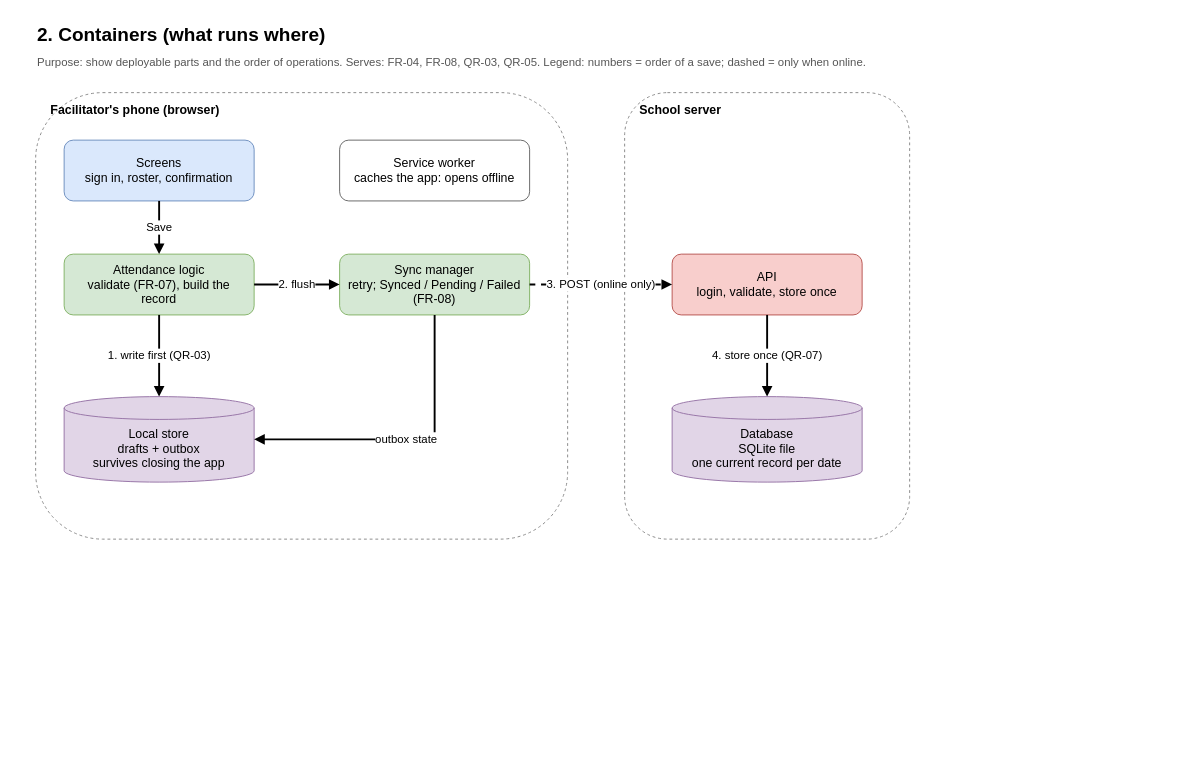
This is page "2 Containers" (2 of 8) of docs/architecture/STEMMate_A4_Architecture.drawio from Wxanted/STEMMATE_Assignment_4, a draw.io file, before an edit. Source tidied: cells renumbered, new cells numbered last; positions are measured from the earlier drawing's top-left corner, leaving out a move shared by most shapes. Both pictures are drawn from the tidied source at 95%, with x=0, y=0 at pixel (35, 16).
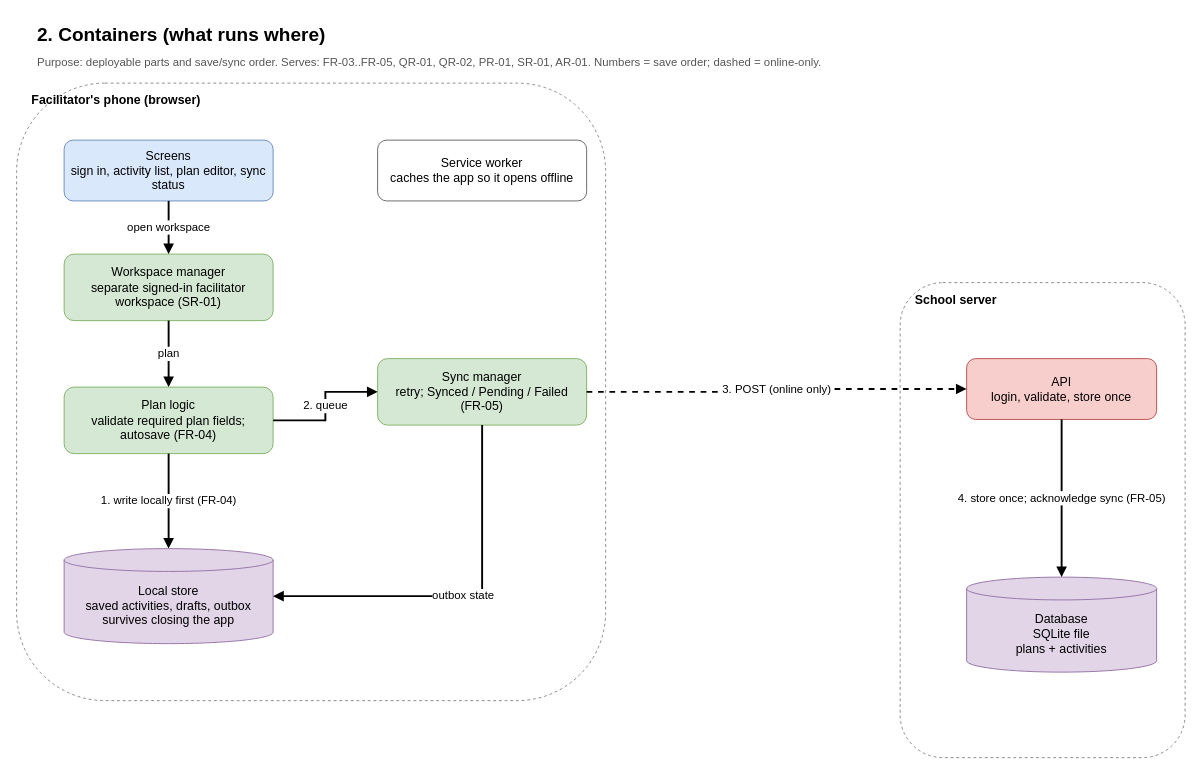
The same page after the edit.

The edit, as a diff of the source:
```diff
@@
-    <mxCell id="3" value="Purpose: show deployable parts and the order of operations.   Serves: FR-04, FR-08, QR-03, QR-05.   Legend: numbers = order of a save; dashed = only when online." style="text;html=1;fontSize=12;align=left;verticalAlign=top;whiteSpace=wrap;fontColor=#555555;" parent="1" vertex="1">
+    <mxCell id="3" value="Purpose: deployable parts and save/sync order. Serves: FR-03..FR-05, QR-01, QR-02, PR-01, SR-01, AR-01. Numbers = save order; dashed = online-only." style="text;html=1;fontSize=12;align=left;verticalAlign=top;whiteSpace=wrap;fontColor=#555555;" parent="1" vertex="1">
       <mxGeometry y="34" width="900" height="24" as="geometry" />
     </mxCell>
     <mxCell id="4" value="Facilitator's phone (browser)" style="rounded=1;fillColor=none;strokeColor=#888888;dashed=1;verticalAlign=top;align=left;fontStyle=1;spacingLeft=10;whiteSpace=wrap;html=1;fontSize=13;spacing=6;" parent="1" vertex="1">
-      <mxGeometry y="80" width="560" height="470" as="geometry" />
+      <mxGeometry x="-20" y="70" width="620" height="650" as="geometry" />
     </mxCell>
     <mxCell id="5" value="School server" style="rounded=1;fillColor=none;strokeColor=#888888;dashed=1;verticalAlign=top;align=left;fontStyle=1;spacingLeft=10;whiteSpace=wrap;html=1;fontSize=13;spacing=6;" parent="1" vertex="1">
-      <mxGeometry x="620" y="80" width="300" height="470" as="geometry" />
+      <mxGeometry x="910" y="280" width="300" height="500" as="geometry" />
     </mxCell>
-    <mxCell id="6" value="Screens&#10;sign in, roster, confirmation" style="rounded=1;fillColor=#dae8fc;strokeColor=#6c8ebf;whiteSpace=wrap;html=1;fontSize=13;spacing=6;" parent="1" vertex="1">
-      <mxGeometry x="30" y="130" width="200" height="64" as="geometry" />
+    <mxCell id="6" value="Screens&#10;sign in, activity list, plan editor, sync status" style="rounded=1;fillColor=#dae8fc;strokeColor=#6c8ebf;whiteSpace=wrap;html=1;fontSize=13;spacing=6;" parent="1" vertex="1">
+      <mxGeometry x="30" y="130" width="220" height="64" as="geometry" />
     </mxCell>
-    <mxCell id="7" value="Service worker&#10;caches the app: opens offline" style="rounded=1;fillColor=#ffffff;strokeColor=#666666;whiteSpace=wrap;html=1;fontSize=13;spacing=6;" parent="1" vertex="1">
-      <mxGeometry x="320" y="130" width="200" height="64" as="geometry" />
+    <mxCell id="7" value="Service worker&#10;caches the app so it opens offline" style="rounded=1;fillColor=#ffffff;strokeColor=#666666;whiteSpace=wrap;html=1;fontSize=13;spacing=6;" parent="1" vertex="1">
+      <mxGeometry x="360" y="130" width="220" height="64" as="geometry" />
     </mxCell>
-    <mxCell id="8" value="Attendance logic&#10;validate (FR-07), build the record" style="rounded=1;fillColor=#d5e8d4;strokeColor=#82b366;whiteSpace=wrap;html=1;fontSize=13;spacing=6;" parent="1" vertex="1">
-      <mxGeometry x="30" y="250" width="200" height="64" as="geometry" />
-    </mxCell>
+    <mxCell id="19" value="Workspace manager&#10;separate signed-in facilitator workspace (SR-01)" style="rounded=1;fillColor=#d5e8d4;strokeColor=#82b366;whiteSpace=wrap;html=1;fontSize=13;spacing=6;" parent="1" vertex="1">
+      <mxGeometry x="30" y="250" width="220" height="70" as="geometry" />
+    </mxCell>
+    <mxCell id="20" value="Plan logic&#10;validate required plan fields; autosave (FR-04)" style="rounded=1;fillColor=#d5e8d4;strokeColor=#82b366;whiteSpace=wrap;html=1;fontSize=13;spacing=6;" parent="1" vertex="1">
+      <mxGeometry x="30" y="390" width="220" height="70" as="geometry" />
+    </mxCell>
-    <mxCell id="9" value="Sync manager&#10;retry; Synced / Pending / Failed (FR-08)" style="rounded=1;fillColor=#d5e8d4;strokeColor=#82b366;whiteSpace=wrap;html=1;fontSize=13;spacing=6;" parent="1" vertex="1">
-      <mxGeometry x="320" y="250" width="200" height="64" as="geometry" />
+    <mxCell id="9" value="Sync manager&#10;retry; Synced / Pending / Failed (FR-05)" style="rounded=1;fillColor=#d5e8d4;strokeColor=#82b366;whiteSpace=wrap;html=1;fontSize=13;spacing=6;" parent="1" vertex="1">
+      <mxGeometry x="360" y="360" width="220" height="70" as="geometry" />
     </mxCell>
-    <mxCell id="10" value="Local store&#10;drafts + outbox&#10;survives closing the app" style="shape=cylinder3;boundedLbl=1;backgroundOutline=1;size=12;fillColor=#e1d5e7;strokeColor=#9673a6;whiteSpace=wrap;html=1;fontSize=13;spacing=6;" parent="1" vertex="1">
-      <mxGeometry x="30" y="400" width="200" height="90" as="geometry" />
+    <mxCell id="10" value="Local store&#10;saved activities, drafts, outbox&#10;survives closing the app" style="shape=cylinder3;boundedLbl=1;backgroundOutline=1;size=12;fillColor=#e1d5e7;strokeColor=#9673a6;whiteSpace=wrap;html=1;fontSize=13;spacing=6;" parent="1" vertex="1">
+      <mxGeometry x="30" y="560" width="220" height="100" as="geometry" />
     </mxCell>
     <mxCell id="11" value="API&#10;login, validate, store once" style="rounded=1;fillColor=#f8cecc;strokeColor=#b85450;whiteSpace=wrap;html=1;fontSize=13;spacing=6;" parent="1" vertex="1">
-      <mxGeometry x="670" y="250" width="200" height="64" as="geometry" />
+      <mxGeometry x="980" y="360" width="200" height="64" as="geometry" />
     </mxCell>
-    <mxCell id="12" value="Database&#10;SQLite file&#10;one current record per date" style="shape=cylinder3;boundedLbl=1;backgroundOutline=1;size=12;fillColor=#e1d5e7;strokeColor=#9673a6;whiteSpace=wrap;html=1;fontSize=13;spacing=6;" parent="1" vertex="1">
-      <mxGeometry x="670" y="400" width="200" height="90" as="geometry" />
+    <mxCell id="12" value="Database&#10;SQLite file&#10;plans + activities" style="shape=cylinder3;boundedLbl=1;backgroundOutline=1;size=12;fillColor=#e1d5e7;strokeColor=#9673a6;whiteSpace=wrap;html=1;fontSize=13;spacing=6;" parent="1" vertex="1">
+      <mxGeometry x="980" y="590" width="200" height="100" as="geometry" />
     </mxCell>
-    <mxCell id="13" value="Save" style="edgeStyle=orthogonalEdgeStyle;rounded=0;html=1;endArrow=block;endFill=1;strokeWidth=2;fontSize=12;labelBackgroundColor=#ffffff;" parent="1" edge="1" source="6" target="8">
+    <mxCell id="13" value="open workspace" style="edgeStyle=orthogonalEdgeStyle;rounded=0;html=1;endArrow=block;endFill=1;strokeWidth=2;fontSize=12;labelBackgroundColor=#ffffff;" parent="1" edge="1" source="6" target="19">
       <mxGeometry relative="1" as="geometry" />
     </mxCell>
-    <mxCell id="14" value="1. write first (QR-03)" style="edgeStyle=orthogonalEdgeStyle;rounded=0;html=1;endArrow=block;endFill=1;strokeWidth=2;fontSize=12;labelBackgroundColor=#ffffff;" parent="1" edge="1" source="8" target="10">
+    <mxCell id="14" value="plan" style="edgeStyle=orthogonalEdgeStyle;rounded=0;html=1;endArrow=block;endFill=1;strokeWidth=2;fontSize=12;labelBackgroundColor=#ffffff;" parent="1" edge="1" source="19" target="20">
       <mxGeometry relative="1" as="geometry" />
     </mxCell>
-    <mxCell id="15" value="2. flush" style="edgeStyle=orthogonalEdgeStyle;rounded=0;html=1;endArrow=block;endFill=1;strokeWidth=2;fontSize=12;labelBackgroundColor=#ffffff;" parent="1" edge="1" source="8" target="9">
+    <mxCell id="15" value="1. write locally first (FR-04)" style="edgeStyle=orthogonalEdgeStyle;rounded=0;html=1;endArrow=block;endFill=1;strokeWidth=2;fontSize=12;labelBackgroundColor=#ffffff;" parent="1" edge="1" source="20" target="10">
       <mxGeometry relative="1" as="geometry" />
     </mxCell>
-    <mxCell id="16" value="outbox state" style="edgeStyle=orthogonalEdgeStyle;rounded=0;html=1;endArrow=block;endFill=1;strokeWidth=2;fontSize=12;labelBackgroundColor=#ffffff;" parent="1" edge="1" source="9" target="10">
-      <mxGeometry relative="1" as="geometry">
-        <Array as="points">
-          <mxPoint x="420" y="445" />
-        </Array>
-      </mxGeometry>
+    <mxCell id="16" value="2. queue" style="edgeStyle=orthogonalEdgeStyle;rounded=0;html=1;endArrow=block;endFill=1;strokeWidth=2;fontSize=12;labelBackgroundColor=#ffffff;" parent="1" edge="1" source="20" target="9">
+      <mxGeometry relative="1" as="geometry" />
     </mxCell>
-    <mxCell id="17" value="3. POST (online only)" style="edgeStyle=orthogonalEdgeStyle;rounded=0;html=1;endArrow=block;endFill=1;strokeWidth=2;fontSize=12;labelBackgroundColor=#ffffff;dashed=1;" parent="1" edge="1" source="9" target="11">
-      <mxGeometry relative="1" as="geometry" />
+    <mxCell id="17" value="outbox state" style="edgeStyle=orthogonalEdgeStyle;rounded=0;html=1;endArrow=block;endFill=1;strokeWidth=2;fontSize=12;labelBackgroundColor=#ffffff;libavoidRouting=1;" parent="1" edge="1" source="9" target="10">
+      <mxGeometry relative="1" as="geometry">
+        <Array as="points">
+          <mxPoint x="470" y="610" />
+        </Array>
+      </mxGeometry>
     </mxCell>
-    <mxCell id="18" value="4. store once (QR-07)" style="edgeStyle=orthogonalEdgeStyle;rounded=0;html=1;endArrow=block;endFill=1;strokeWidth=2;fontSize=12;labelBackgroundColor=#ffffff;" parent="1" edge="1" source="11" target="12">
+    <mxCell id="18" value="3. POST (online only)" style="edgeStyle=orthogonalEdgeStyle;rounded=0;html=1;endArrow=block;endFill=1;strokeWidth=2;fontSize=12;labelBackgroundColor=#ffffff;dashed=1;" parent="1" edge="1" source="9" target="11">
       <mxGeometry relative="1" as="geometry" />
     </mxCell>
+    <mxCell id="21" value="4. store once; acknowledge sync (FR-05)" style="edgeStyle=orthogonalEdgeStyle;rounded=0;html=1;endArrow=block;endFill=1;strokeWidth=2;fontSize=12;labelBackgroundColor=#ffffff;" parent="1" edge="1" source="11" target="12">
+      <mxGeometry relative="1" as="geometry" />
+    </mxCell>
```
